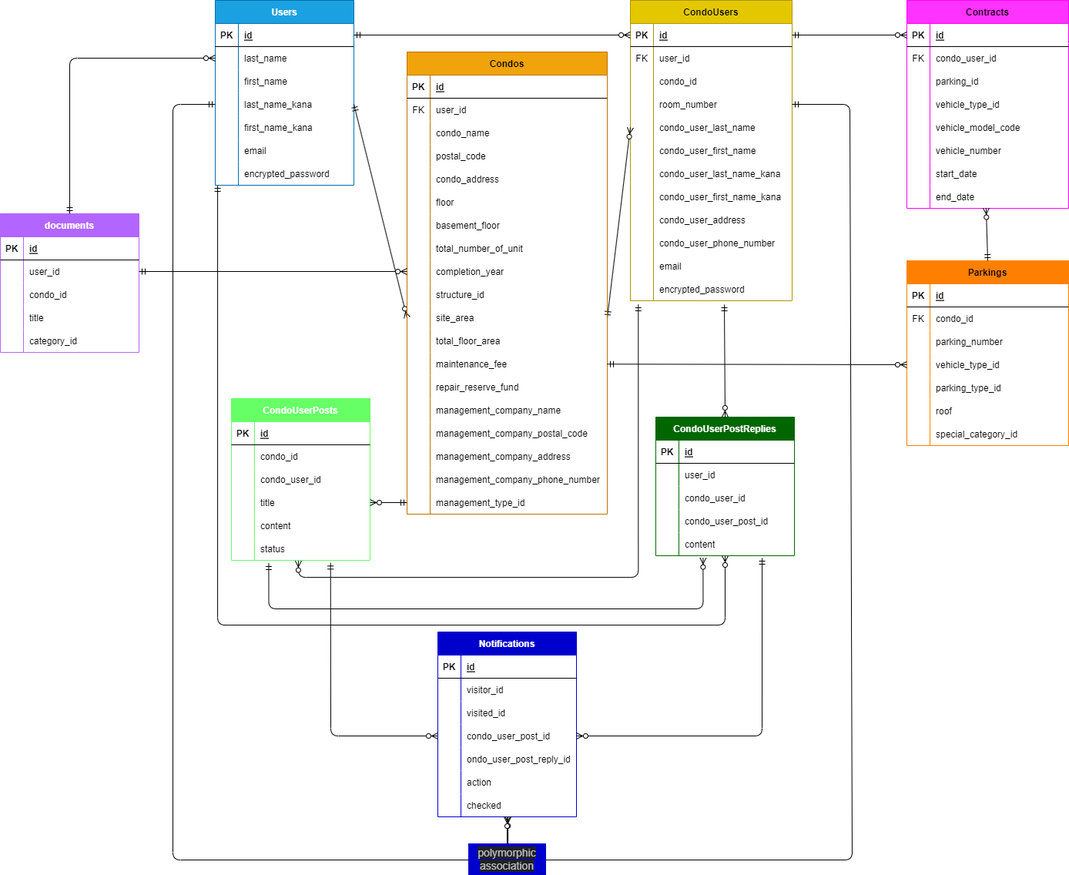
Above: ER.drawio.png in sumachanabc/Rem (draw.io), before the change. Source tidied: cells renumbered, new cells last; positions are measured from the earlier drawing's top-left corner, leaving out a move shared by most shapes.
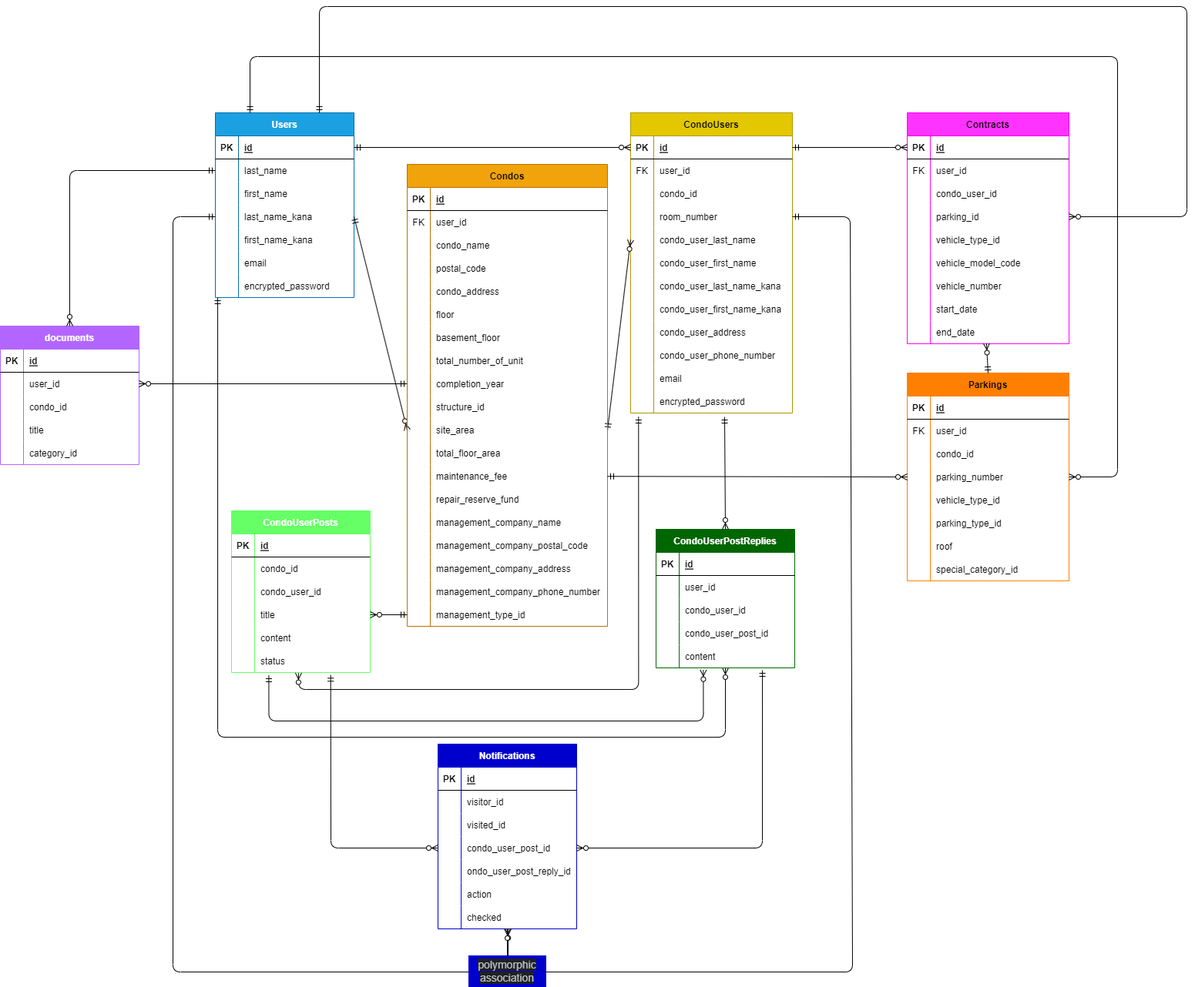
The same diagram one commit later.

Change to the diagram source:
```diff
@@ -645,18 +645,8 @@
     <mxCell id="204" value="category_id" style="shape=partialRectangle;fillColor=none;top=0;left=0;bottom=0;right=0;align=left;spacingLeft=6;overflow=hidden;" parent="202" vertex="1">
       <mxGeometry x="30" width="150" height="30" as="geometry" />
     </mxCell>
-    <mxCell id="205" style="fontSize=12;html=1;endArrow=ERzeroToMany;startArrow=ERmandOne;entryX=0;entryY=0.5;entryDx=0;entryDy=0;exitX=1;exitY=0.5;exitDx=0;exitDy=0;" parent="1" edge="1" source="193" target="125">
-      <mxGeometry relative="1" as="geometry" />
-    </mxCell>
-    <mxCell id="206" style="fontSize=12;html=1;endArrow=ERzeroToMany;startArrow=ERmandOne;entryX=0;entryY=0.5;entryDx=0;entryDy=0;" parent="1" edge="1" source="189" target="7">
-      <mxGeometry relative="1" as="geometry">
-        <Array as="points">
-          <mxPoint x="90" y="75" />
-        </Array>
-      </mxGeometry>
-    </mxCell>
     <mxCell id="207" value="Parkings" style="shape=table;startSize=30;rowLines=0;fontStyle=1;align=center;fillColor=#FF8000;fontColor=#000000;strokeColor=#FF8000;" parent="1" vertex="1">
-      <mxGeometry x="1177" y="338" width="210" height="240" as="geometry" />
+      <mxGeometry x="1177" y="338" width="210" height="270" as="geometry" />
     </mxCell>
     <mxCell id="208" style="shape=tableRow;horizontal=0;startSize=0;swimlaneHead=0;swimlaneBody=0;fillColor=none;top=0;left=0;right=0;bottom=1;" parent="207" vertex="1">
       <mxGeometry y="30" width="210" height="30" as="geometry" />
@@ -673,11 +663,20 @@
     <mxCell id="212" value="FK" style="shape=partialRectangle;fillColor=none;top=0;left=0;bottom=0;right=0;overflow=hidden;" parent="211" vertex="1">
       <mxGeometry width="30" height="30" as="geometry" />
     </mxCell>
-    <mxCell id="213" value="condo_id" style="shape=partialRectangle;fillColor=none;top=0;left=0;bottom=0;right=0;align=left;spacingLeft=6;overflow=hidden;" parent="211" vertex="1">
+    <mxCell id="213" value="user_id" style="shape=partialRectangle;fillColor=none;top=0;left=0;bottom=0;right=0;align=left;spacingLeft=6;overflow=hidden;" parent="211" vertex="1">
       <mxGeometry x="30" width="180" height="30" as="geometry" />
     </mxCell>
+    <mxCell id="257" style="shape=tableRow;horizontal=0;startSize=0;swimlaneHead=0;swimlaneBody=0;fillColor=none;top=0;left=0;right=0;bottom=0;" parent="207" vertex="1">
+      <mxGeometry y="90" width="210" height="30" as="geometry" />
+    </mxCell>
+    <mxCell id="258" style="shape=partialRectangle;fillColor=none;top=0;left=0;bottom=0;right=0;overflow=hidden;" parent="257" vertex="1">
+      <mxGeometry width="30" height="30" as="geometry" />
+    </mxCell>
+    <mxCell id="259" value="condo_id" style="shape=partialRectangle;fillColor=none;top=0;left=0;bottom=0;right=0;align=left;spacingLeft=6;overflow=hidden;" parent="257" vertex="1">
+      <mxGeometry x="30" width="180" height="30" as="geometry" />
+    </mxCell>
     <mxCell id="214" style="shape=tableRow;horizontal=0;startSize=0;swimlaneHead=0;swimlaneBody=0;fillColor=none;points=[[0,0.5],[1,0.5]];portConstraint=eastwest;top=0;left=0;right=0;bottom=0;" parent="207" vertex="1">
-      <mxGeometry y="90" width="210" height="30" as="geometry" />
+      <mxGeometry y="120" width="210" height="30" as="geometry" />
     </mxCell>
     <mxCell id="215" style="shape=partialRectangle;fillColor=none;top=0;left=0;bottom=0;right=0;overflow=hidden;" parent="214" vertex="1">
       <mxGeometry width="30" height="30" as="geometry" />
@@ -686,7 +685,7 @@
       <mxGeometry x="30" width="180" height="30" as="geometry" />
     </mxCell>
     <mxCell id="217" style="shape=tableRow;horizontal=0;startSize=0;swimlaneHead=0;swimlaneBody=0;fillColor=none;points=[[0,0.5],[1,0.5]];portConstraint=eastwest;top=0;left=0;right=0;bottom=0;" parent="207" vertex="1">
-      <mxGeometry y="120" width="210" height="30" as="geometry" />
+      <mxGeometry y="150" width="210" height="30" as="geometry" />
     </mxCell>
     <mxCell id="218" style="shape=partialRectangle;fillColor=none;top=0;left=0;bottom=0;right=0;overflow=hidden;" parent="217" vertex="1">
       <mxGeometry width="30" height="30" as="geometry" />
@@ -695,7 +694,7 @@
       <mxGeometry x="30" width="180" height="30" as="geometry" />
     </mxCell>
     <mxCell id="220" style="shape=tableRow;horizontal=0;startSize=0;swimlaneHead=0;swimlaneBody=0;fillColor=none;top=0;left=0;right=0;bottom=0;" parent="207" vertex="1">
-      <mxGeometry y="150" width="210" height="30" as="geometry" />
+      <mxGeometry y="180" width="210" height="30" as="geometry" />
     </mxCell>
     <mxCell id="221" style="shape=partialRectangle;fillColor=none;top=0;left=0;bottom=0;right=0;overflow=hidden;" parent="220" vertex="1">
       <mxGeometry width="30" height="30" as="geometry" />
@@ -704,7 +703,7 @@
       <mxGeometry x="30" width="180" height="30" as="geometry" />
     </mxCell>
     <mxCell id="223" style="shape=tableRow;horizontal=0;startSize=0;swimlaneHead=0;swimlaneBody=0;fillColor=none;top=0;left=0;right=0;bottom=0;" parent="207" vertex="1">
-      <mxGeometry y="180" width="210" height="30" as="geometry" />
+      <mxGeometry y="210" width="210" height="30" as="geometry" />
     </mxCell>
     <mxCell id="224" style="shape=partialRectangle;fillColor=none;top=0;left=0;bottom=0;right=0;overflow=hidden;" parent="223" vertex="1">
       <mxGeometry width="30" height="30" as="geometry" />
@@ -713,7 +712,7 @@
       <mxGeometry x="30" width="180" height="30" as="geometry" />
     </mxCell>
     <mxCell id="226" style="shape=tableRow;horizontal=0;startSize=0;swimlaneHead=0;swimlaneBody=0;fillColor=none;top=0;left=0;right=0;bottom=0;" parent="207" vertex="1">
-      <mxGeometry y="210" width="210" height="30" as="geometry" />
+      <mxGeometry y="240" width="210" height="30" as="geometry" />
     </mxCell>
     <mxCell id="227" style="shape=partialRectangle;fillColor=none;top=0;left=0;bottom=0;right=0;overflow=hidden;" parent="226" vertex="1">
       <mxGeometry width="30" height="30" as="geometry" />
@@ -721,13 +720,13 @@
     <mxCell id="228" value="special_category_id" style="shape=partialRectangle;fillColor=none;top=0;left=0;bottom=0;right=0;align=left;spacingLeft=6;overflow=hidden;" parent="226" vertex="1">
       <mxGeometry x="30" width="180" height="30" as="geometry" />
     </mxCell>
-    <mxCell id="229" style="fontSize=12;html=1;endArrow=ERzeroToMany;startArrow=ERmandOne;entryX=0;entryY=0.5;entryDx=0;entryDy=0;" parent="1" edge="1" target="217">
+    <mxCell id="229" style="fontSize=12;html=1;endArrow=ERzeroToMany;startArrow=ERmandOne;entryX=0;entryY=0.5;entryDx=0;entryDy=0;" parent="1" edge="1" target="214">
       <mxGeometry relative="1" as="geometry">
         <mxPoint x="788" y="472.3" as="sourcePoint" />
       </mxGeometry>
     </mxCell>
     <mxCell id="230" value="Contracts" style="shape=table;startSize=30;rowLines=0;fontStyle=1;align=center;fillColor=#FF33FF;fontColor=#000000;strokeColor=#FF00FF;" parent="1" vertex="1">
-      <mxGeometry x="1177" width="210" height="270" as="geometry" />
+      <mxGeometry x="1177" width="210" height="300" as="geometry" />
     </mxCell>
     <mxCell id="231" style="shape=tableRow;horizontal=0;startSize=0;swimlaneHead=0;swimlaneBody=0;fillColor=none;points=[[0,0.5],[1,0.5]];portConstraint=eastwest;top=0;left=0;right=0;bottom=1;" parent="230" vertex="1">
       <mxGeometry y="30" width="210" height="30" as="geometry" />
@@ -738,17 +737,26 @@
     <mxCell id="233" value="id" style="shape=partialRectangle;fillColor=none;top=0;left=0;bottom=0;right=0;align=left;spacingLeft=6;fontStyle=5;overflow=hidden;" parent="231" vertex="1">
       <mxGeometry x="30" width="180" height="30" as="geometry" />
     </mxCell>
+    <mxCell id="260" style="shape=tableRow;horizontal=0;startSize=0;swimlaneHead=0;swimlaneBody=0;fillColor=none;top=0;left=0;right=0;bottom=0;" parent="230" vertex="1">
+      <mxGeometry y="60" width="210" height="30" as="geometry" />
+    </mxCell>
+    <mxCell id="261" value="FK" style="shape=partialRectangle;fillColor=none;top=0;left=0;bottom=0;right=0;overflow=hidden;" parent="260" vertex="1">
+      <mxGeometry width="30" height="30" as="geometry" />
+    </mxCell>
+    <mxCell id="262" value="user_id" style="shape=partialRectangle;fillColor=none;top=0;left=0;bottom=0;right=0;align=left;spacingLeft=6;overflow=hidden;" parent="260" vertex="1">
+      <mxGeometry x="30" width="180" height="30" as="geometry" />
+    </mxCell>
     <mxCell id="234" style="shape=tableRow;horizontal=0;startSize=0;swimlaneHead=0;swimlaneBody=0;fillColor=none;top=0;left=0;right=0;bottom=0;" parent="230" vertex="1">
-      <mxGeometry y="60" width="210" height="30" as="geometry" />
+      <mxGeometry y="90" width="210" height="30" as="geometry" />
     </mxCell>
-    <mxCell id="235" value="FK" style="shape=partialRectangle;fillColor=none;top=0;left=0;bottom=0;right=0;overflow=hidden;" parent="234" vertex="1">
+    <mxCell id="235" style="shape=partialRectangle;fillColor=none;top=0;left=0;bottom=0;right=0;overflow=hidden;" parent="234" vertex="1">
       <mxGeometry width="30" height="30" as="geometry" />
     </mxCell>
     <mxCell id="236" value="condo_user_id" style="shape=partialRectangle;fillColor=none;top=0;left=0;bottom=0;right=0;align=left;spacingLeft=6;overflow=hidden;" parent="234" vertex="1">
       <mxGeometry x="30" width="180" height="30" as="geometry" />
     </mxCell>
     <mxCell id="237" style="shape=tableRow;horizontal=0;startSize=0;swimlaneHead=0;swimlaneBody=0;fillColor=none;points=[[0,0.5],[1,0.5]];portConstraint=eastwest;top=0;left=0;right=0;bottom=0;" parent="230" vertex="1">
-      <mxGeometry y="90" width="210" height="30" as="geometry" />
+      <mxGeometry y="120" width="210" height="30" as="geometry" />
     </mxCell>
     <mxCell id="238" style="shape=partialRectangle;fillColor=none;top=0;left=0;bottom=0;right=0;overflow=hidden;" parent="237" vertex="1">
       <mxGeometry width="30" height="30" as="geometry" />
@@ -757,7 +765,7 @@
       <mxGeometry x="30" width="180" height="30" as="geometry" />
     </mxCell>
     <mxCell id="240" style="shape=tableRow;horizontal=0;startSize=0;swimlaneHead=0;swimlaneBody=0;fillColor=none;top=0;left=0;right=0;bottom=0;" parent="230" vertex="1">
-      <mxGeometry y="120" width="210" height="30" as="geometry" />
+      <mxGeometry y="150" width="210" height="30" as="geometry" />
     </mxCell>
     <mxCell id="241" style="shape=partialRectangle;fillColor=none;top=0;left=0;bottom=0;right=0;overflow=hidden;" parent="240" vertex="1">
       <mxGeometry width="30" height="30" as="geometry" />
@@ -766,7 +774,7 @@
       <mxGeometry x="30" width="180" height="30" as="geometry" />
     </mxCell>
     <mxCell id="243" style="shape=tableRow;horizontal=0;startSize=0;swimlaneHead=0;swimlaneBody=0;fillColor=none;top=0;left=0;right=0;bottom=0;" parent="230" vertex="1">
-      <mxGeometry y="150" width="210" height="30" as="geometry" />
+      <mxGeometry y="180" width="210" height="30" as="geometry" />
     </mxCell>
     <mxCell id="244" style="shape=partialRectangle;fillColor=none;top=0;left=0;bottom=0;right=0;overflow=hidden;" parent="243" vertex="1">
       <mxGeometry width="30" height="30" as="geometry" />
@@ -775,7 +783,7 @@
       <mxGeometry x="30" width="180" height="30" as="geometry" />
     </mxCell>
     <mxCell id="246" style="shape=tableRow;horizontal=0;startSize=0;swimlaneHead=0;swimlaneBody=0;fillColor=none;top=0;left=0;right=0;bottom=0;" parent="230" vertex="1">
-      <mxGeometry y="180" width="210" height="30" as="geometry" />
+      <mxGeometry y="210" width="210" height="30" as="geometry" />
     </mxCell>
     <mxCell id="247" style="shape=partialRectangle;fillColor=none;top=0;left=0;bottom=0;right=0;overflow=hidden;" parent="246" vertex="1">
       <mxGeometry width="30" height="30" as="geometry" />
@@ -784,7 +792,7 @@
       <mxGeometry x="30" width="180" height="30" as="geometry" />
     </mxCell>
     <mxCell id="249" style="shape=tableRow;horizontal=0;startSize=0;swimlaneHead=0;swimlaneBody=0;fillColor=none;top=0;left=0;right=0;bottom=0;" parent="230" vertex="1">
-      <mxGeometry y="210" width="210" height="30" as="geometry" />
+      <mxGeometry y="240" width="210" height="30" as="geometry" />
     </mxCell>
     <mxCell id="250" style="shape=partialRectangle;fillColor=none;top=0;left=0;bottom=0;right=0;overflow=hidden;" parent="249" vertex="1">
       <mxGeometry width="30" height="30" as="geometry" />
@@ -793,7 +801,7 @@
       <mxGeometry x="30" width="180" height="30" as="geometry" />
     </mxCell>
     <mxCell id="252" style="shape=tableRow;horizontal=0;startSize=0;swimlaneHead=0;swimlaneBody=0;fillColor=none;points=[[0,0.5],[1,0.5]];portConstraint=eastwest;top=0;left=0;right=0;bottom=0;" parent="230" vertex="1">
-      <mxGeometry y="240" width="210" height="30" as="geometry" />
+      <mxGeometry y="270" width="210" height="30" as="geometry" />
     </mxCell>
     <mxCell id="253" style="shape=partialRectangle;fillColor=none;top=0;left=0;bottom=0;right=0;overflow=hidden;" parent="252" vertex="1">
       <mxGeometry width="30" height="30" as="geometry" />
@@ -807,5 +815,33 @@
     <mxCell id="256" style="fontSize=12;html=1;endArrow=ERzeroToMany;startArrow=ERmandOne;exitX=1;exitY=0.5;exitDx=0;exitDy=0;entryX=0;entryY=0.5;entryDx=0;entryDy=0;" parent="1" edge="1" source="26" target="231">
       <mxGeometry relative="1" as="geometry" />
     </mxCell>
+    <mxCell id="263" style="fontSize=12;html=1;endArrow=ERzeroToMany;startArrow=ERmandOne;exitX=0.25;exitY=0;exitDx=0;exitDy=0;entryX=1;entryY=0.5;entryDx=0;entryDy=0;" parent="1" edge="1" source="3" target="214">
+      <mxGeometry relative="1" as="geometry">
+        <Array as="points">
+          <mxPoint x="324" y="-73" />
+          <mxPoint x="1450" y="-73" />
+          <mxPoint x="1450" y="473" />
+        </Array>
+      </mxGeometry>
+    </mxCell>
+    <mxCell id="264" style="fontSize=12;html=1;endArrow=ERzeroToMany;startArrow=ERmandOne;exitX=0.75;exitY=0;exitDx=0;exitDy=0;entryX=1;entryY=0.5;entryDx=0;entryDy=0;" parent="1" edge="1" source="3" target="237">
+      <mxGeometry relative="1" as="geometry">
+        <Array as="points">
+          <mxPoint x="414" y="-138" />
+          <mxPoint x="1540" y="-138" />
+          <mxPoint x="1540" y="135" />
+        </Array>
+      </mxGeometry>
+    </mxCell>
+    <mxCell id="206" style="fontSize=12;html=1;endArrow=ERzeroToMany;startArrow=ERmandOne;exitX=0;exitY=0.5;exitDx=0;exitDy=0;" parent="1" edge="1" source="7" target="189">
+      <mxGeometry relative="1" as="geometry">
+        <Array as="points">
+          <mxPoint x="90" y="75" />
+        </Array>
+      </mxGeometry>
+    </mxCell>
+    <mxCell id="205" style="fontSize=12;html=1;endArrow=ERzeroToMany;startArrow=ERmandOne;entryX=1;entryY=0.5;entryDx=0;entryDy=0;exitX=0;exitY=0.5;exitDx=0;exitDy=0;" parent="1" edge="1" source="125" target="193">
+      <mxGeometry relative="1" as="geometry" />
+    </mxCell>
   </root>
 </mxGraphModel>
```
